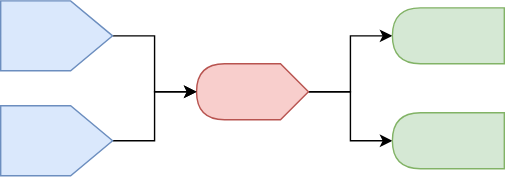
Above: images/dual_plot_reactivity.svg in Jakob37/ShinyFromScratch (draw.io), before the change. Source tidied: cells renumbered, new cells last; positions are measured from the earlier drawing's top-left corner, leaving out a move shared by most shapes.
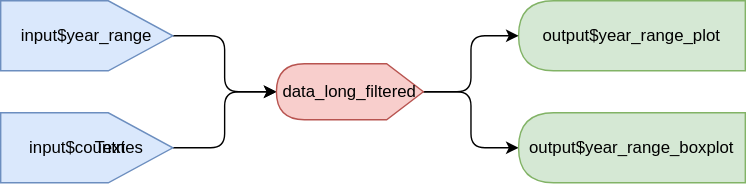
Above is the later version.

Change to the diagram source:
```diff
@@ -2,32 +2,35 @@
   <root>
     <mxCell id="0" />
     <mxCell id="1" parent="0" />
-    <mxCell id="2" style="edgeStyle=orthogonalEdgeStyle;rounded=0;jettySize=auto;html=1;exitX=0;exitY=0.5;exitDx=0;exitDy=0;exitPerimeter=0;" parent="1" edge="1" source="4" target="5">
+    <mxCell id="2" style="edgeStyle=orthogonalEdgeStyle;rounded=1;jettySize=auto;html=1;exitX=0.5;exitY=1;exitDx=0;exitDy=0;entryX=1;entryY=0.5;entryDx=0;entryDy=0;entryPerimeter=0;" parent="1" edge="1" source="3" target="10">
       <mxGeometry relative="1" as="geometry" />
     </mxCell>
-    <mxCell id="3" style="edgeStyle=orthogonalEdgeStyle;rounded=0;jettySize=auto;html=1;exitX=0;exitY=0.5;exitDx=0;exitDy=0;exitPerimeter=0;" parent="1" edge="1" source="4" target="10">
-      <mxGeometry relative="1" as="geometry" />
+    <mxCell id="3" value="input$year_range" style="shape=offPageConnector;whiteSpace=wrap;html=1;direction=north;fillColor=#dae8fc;strokeColor=#6c8ebf;" parent="1" vertex="1">
+      <mxGeometry x="168" y="-1250" width="123" height="50" as="geometry" />
     </mxCell>
-    <mxCell id="4" style="shape=display;whiteSpace=wrap;html=1;direction=west;fillColor=#f8cecc;strokeColor=#b85450;" parent="1" vertex="1">
-      <mxGeometry x="140" y="45" width="80" height="40" as="geometry" />
+    <mxCell id="4" value="output$year_range_plot" style="shape=delay;whiteSpace=wrap;html=1;direction=west;fillColor=#d5e8d4;strokeColor=#82b366;" parent="1" vertex="1">
+      <mxGeometry x="538" y="-1250" width="162" height="50" as="geometry" />
     </mxCell>
-    <mxCell id="5" style="shape=delay;whiteSpace=wrap;html=1;direction=west;fillColor=#d5e8d4;strokeColor=#82b366;" parent="1" vertex="1">
-      <mxGeometry x="280" y="5" width="80" height="40" as="geometry" />
+    <mxCell id="5" style="edgeStyle=orthogonalEdgeStyle;rounded=1;jettySize=auto;html=1;exitX=0.5;exitY=1;exitDx=0;exitDy=0;entryX=1;entryY=0.5;entryDx=0;entryDy=0;entryPerimeter=0;" parent="1" edge="1" source="6" target="10">
+      <mxGeometry relative="1" as="geometry" />
     </mxCell>
-    <mxCell id="6" style="edgeStyle=orthogonalEdgeStyle;rounded=0;jettySize=auto;html=1;exitX=0.5;exitY=1;exitDx=0;exitDy=0;" parent="1" edge="1" source="7" target="4">
-      <mxGeometry relative="1" as="geometry" />
+    <mxCell id="6" value="input$countries" style="shape=offPageConnector;whiteSpace=wrap;html=1;direction=north;fillColor=#dae8fc;strokeColor=#6c8ebf;" parent="1" vertex="1">
+      <mxGeometry x="168" y="-1170" width="123" height="50" as="geometry" />
     </mxCell>
-    <mxCell id="7" style="shape=offPageConnector;whiteSpace=wrap;html=1;direction=north;fillColor=#dae8fc;strokeColor=#6c8ebf;" parent="1" vertex="1">
-      <mxGeometry y="75" width="80" height="50" as="geometry" />
+    <mxCell id="7" value="Text" style="text;html=1;align=center;verticalAlign=middle;points=[];" parent="6" vertex="1">
+      <mxGeometry x="58" y="15" width="40" height="20" as="geometry" />
     </mxCell>
-    <mxCell id="8" style="edgeStyle=orthogonalEdgeStyle;rounded=0;jettySize=auto;html=1;exitX=0.5;exitY=1;exitDx=0;exitDy=0;entryX=1;entryY=0.5;entryDx=0;entryDy=0;entryPerimeter=0;" parent="1" edge="1" source="9" target="4">
+    <mxCell id="8" style="edgeStyle=orthogonalEdgeStyle;rounded=1;jettySize=auto;html=1;exitX=0;exitY=0.5;exitDx=0;exitDy=0;exitPerimeter=0;entryX=1;entryY=0.5;entryDx=0;entryDy=0;" parent="1" edge="1" source="10" target="4">
       <mxGeometry relative="1" as="geometry" />
     </mxCell>
-    <mxCell id="9" style="shape=offPageConnector;whiteSpace=wrap;html=1;direction=north;fillColor=#dae8fc;strokeColor=#6c8ebf;" parent="1" vertex="1">
-      <mxGeometry width="80" height="50" as="geometry" />
+    <mxCell id="9" style="edgeStyle=orthogonalEdgeStyle;rounded=1;jettySize=auto;html=1;exitX=0;exitY=0.5;exitDx=0;exitDy=0;exitPerimeter=0;entryX=1;entryY=0.5;entryDx=0;entryDy=0;" parent="1" edge="1" source="10" target="11">
+      <mxGeometry relative="1" as="geometry" />
     </mxCell>
-    <mxCell id="10" style="shape=delay;whiteSpace=wrap;html=1;direction=west;fillColor=#d5e8d4;strokeColor=#82b366;" parent="1" vertex="1">
-      <mxGeometry x="280" y="80" width="80" height="40" as="geometry" />
+    <mxCell id="10" value="data_long_filtered" style="shape=display;whiteSpace=wrap;html=1;direction=west;fillColor=#f8cecc;strokeColor=#b85450;" parent="1" vertex="1">
+      <mxGeometry x="365" y="-1205" width="105" height="40" as="geometry" />
     </mxCell>
+    <mxCell id="11" value="output$year_range_boxplot" style="shape=delay;whiteSpace=wrap;html=1;direction=west;fillColor=#d5e8d4;strokeColor=#82b366;" parent="1" vertex="1">
+      <mxGeometry x="538" y="-1170" width="162" height="50" as="geometry" />
+    </mxCell>
   </root>
 </mxGraphModel>
```
